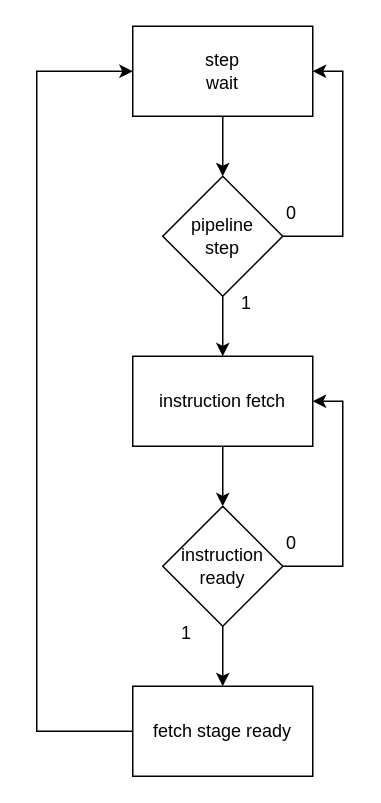
vittorio01/CustomCPU keeps this draw.io diagram as diagrams/fetch_stage_controller.drawio. Above is the earlier version. Source tidied: cells renumbered, new cells numbered last; positions are measured from the earlier drawing's top-left corner, leaving out a move shared by most shapes. Both pictures are drawn from the tidied source at 150%, with x=0, y=0 at pixel (36, 26).
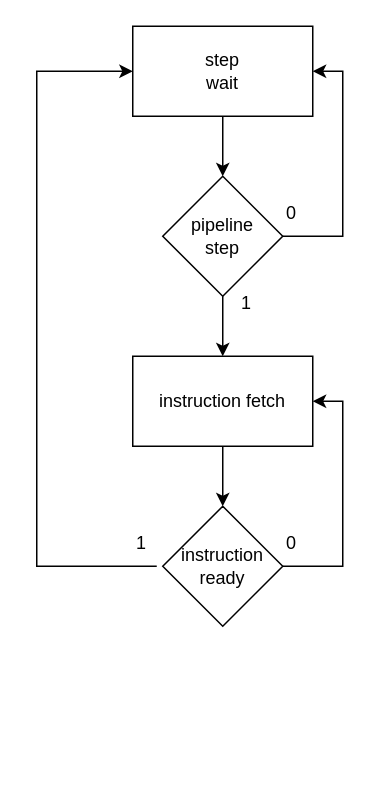
The same diagram, later.

The change refers to these unchanged cells:
```xml
<mxCell id="3" value="&lt;div&gt;step&lt;/div&gt;&lt;div&gt;wait&lt;br&gt;&lt;/div&gt;" style="rounded=0;whiteSpace=wrap;html=1;" parent="1" vertex="1">
  <mxGeometry x="64" width="120" height="60" as="geometry" />
</mxCell>
<mxCell id="11" value="&lt;div&gt;instruction&lt;/div&gt;&lt;div&gt;ready&lt;br&gt;&lt;/div&gt;" style="rhombus;whiteSpace=wrap;html=1;" parent="1" vertex="1">
  <mxGeometry x="84" y="320" width="80" height="80" as="geometry" />
</mxCell>
```

The edit, as a diff of the source:
```diff
@@
-    <mxCell id="10" style="edgeStyle=orthogonalEdgeStyle;rounded=0;jettySize=auto;html=1;" parent="1" edge="1" source="11" target="13">
-      <mxGeometry relative="1" as="geometry" />
-    </mxCell>
@@
-    <mxCell id="12" style="edgeStyle=orthogonalEdgeStyle;rounded=0;jettySize=auto;html=1;entryX=0;entryY=0.5;entryDx=0;entryDy=0;" parent="1" edge="1" source="13" target="3">
+    <mxCell id="12" style="edgeStyle=orthogonalEdgeStyle;rounded=0;jettySize=auto;html=1;entryX=0;entryY=0.5;entryDx=0;entryDy=0;" parent="1" edge="1" target="3">
       <mxGeometry relative="1" as="geometry">
+        <mxPoint x="80" y="360" as="sourcePoint" />
         <Array as="points">
-          <mxPoint y="470" />
+          <mxPoint x="64" y="360" />
+          <mxPoint y="360" />
           <mxPoint y="30" />
         </Array>
       </mxGeometry>
     </mxCell>
-    <mxCell id="13" value="fetch stage ready" style="rounded=0;whiteSpace=wrap;html=1;" parent="1" vertex="1">
-      <mxGeometry x="64" y="440" width="120" height="60" as="geometry" />
-    </mxCell>
@@
     <mxCell id="17" value="1" style="text;html=1;strokeColor=none;fillColor=none;align=center;verticalAlign=middle;whiteSpace=wrap;rounded=0;" parent="1" vertex="1">
-      <mxGeometry x="70" y="390" width="60" height="30" as="geometry" />
+      <mxGeometry x="40" y="330" width="60" height="30" as="geometry" />
     </mxCell>
```
